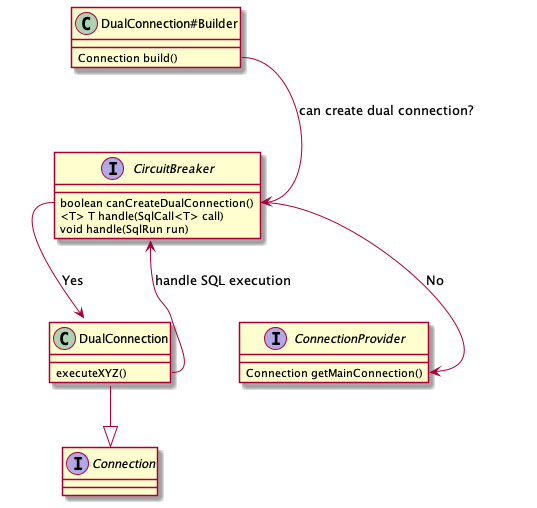
This is docs/circuit-breaker.png from wyrzyk/db-replica, a PlantUML export, as it was before one commit. Its diagram source:
```plantuml
@startuml

class "DualConnection#Builder" as builder
class DualConnection {
    executeXYZ()
}
builder :  Connection build()

interface CircuitBreaker {
    boolean canCreateDualConnection()
    <T> T handle(SqlCall<T> call)
    void handle(SqlRun run)
}

interface ConnectionProvider {
  Connection getMainConnection()
}


interface Connection
DualConnection --|> Connection

builder::build --> CircuitBreaker::canCreateDualConnection : can create dual connection?
CircuitBreaker::canCreateDualConnection --> ConnectionProvider::getMainConnection : No
CircuitBreaker::canCreateDualConnection --> DualConnection : Yes

DualConnection::executeXYZ --> CircuitBreaker::handle : handle SQL execution

@enduml
```
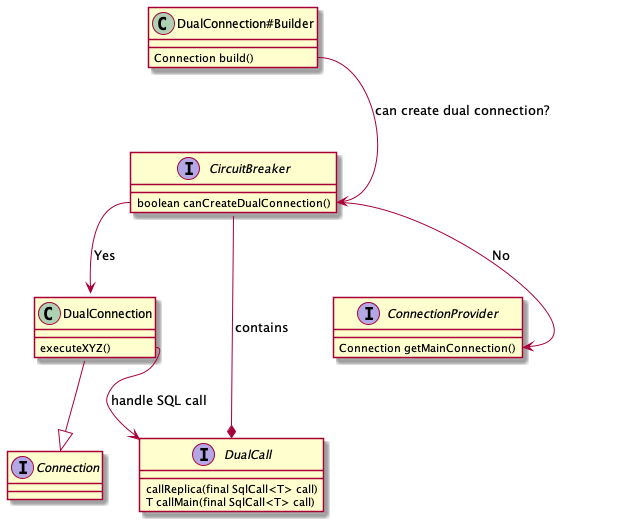
The same diagram one commit later.

The edit, as a diff of the source:
```diff
@@ -8,15 +8,18 @@
 
 interface CircuitBreaker {
     boolean canCreateDualConnection()
-    <T> T handle(SqlCall<T> call)
-    void handle(SqlRun run)
 }
 
 interface ConnectionProvider {
   Connection getMainConnection()
 }
 
+interface DualCall {
+    callReplica(final SqlCall<T> call)
+    T callMain(final SqlCall<T> call)
+}
 
+DualCall *-- CircuitBreaker : contains
 interface Connection
 DualConnection --|> Connection
 
@@ -24,6 +27,6 @@
 CircuitBreaker::canCreateDualConnection --> ConnectionProvider::getMainConnection : No
 CircuitBreaker::canCreateDualConnection --> DualConnection : Yes
 
-DualConnection::executeXYZ --> CircuitBreaker::handle : handle SQL execution
+DualConnection::executeXYZ --> DualCall : handle SQL call
 
 @enduml
```
